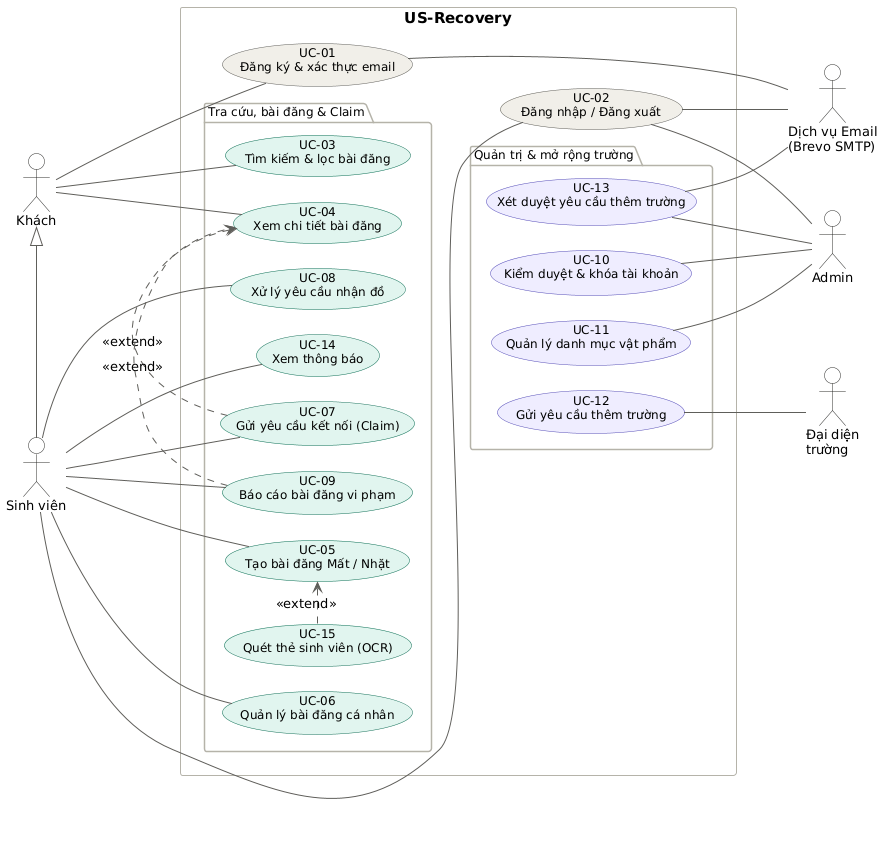
Above: pa/PA2/src_latex/assets/use-case-diagram.png in YongQi241/LOSTANDFOUND (PlantUML), before the change.
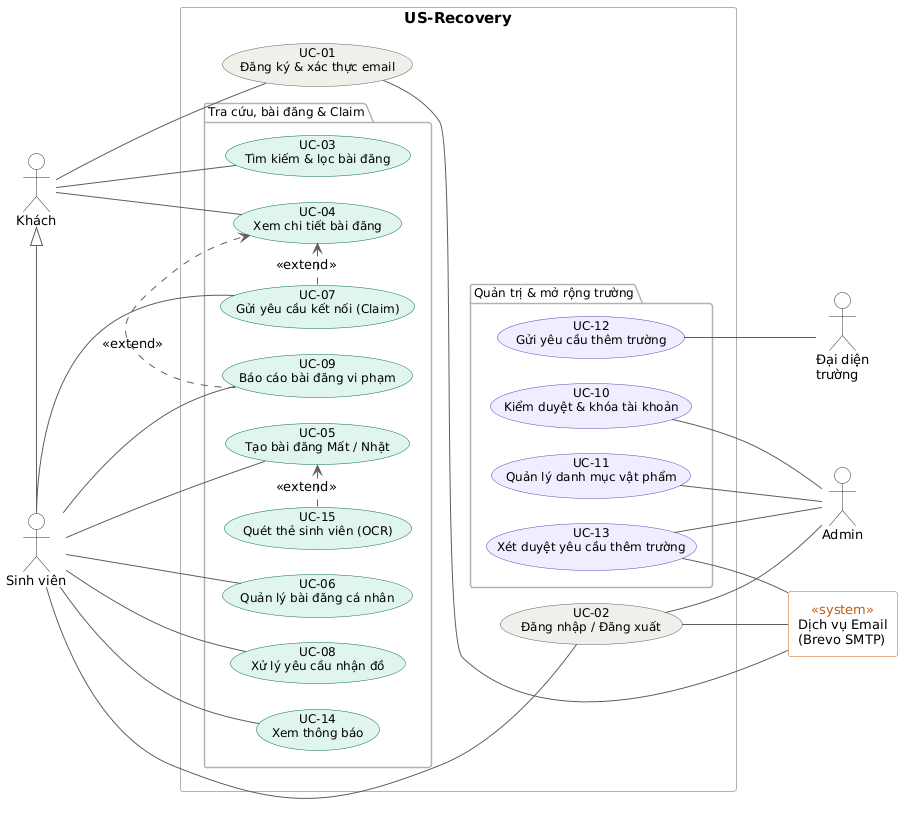
The same diagram one commit later.

Commit message:
docs(pa2): fix use case diagram

What changed in the source:
```diff
@@ -21,6 +21,13 @@
   FontSize 15
   FontStyle bold
 }
+skinparam rectangle<<system>> {
+  BorderColor #C55A11
+  BackgroundColor #FFFFFF
+  FontSize 13
+  FontStyle normal
+  StereotypeFontColor #C55A11
+}
 skinparam package {
   BorderColor #B4B2A9
   FontSize 12
@@ -29,9 +36,10 @@
 
 actor "Khách" as Guest
 actor "Sinh viên" as Student
-actor "Dịch vụ Email\n(Brevo SMTP)" as Email
 actor "Admin" as Admin
 actor "Đại diện\ntrường" as Rep
+
+rectangle "Dịch vụ Email\n(Brevo SMTP)" as Email <<system>>
 
 Guest <|- Student
 
```
